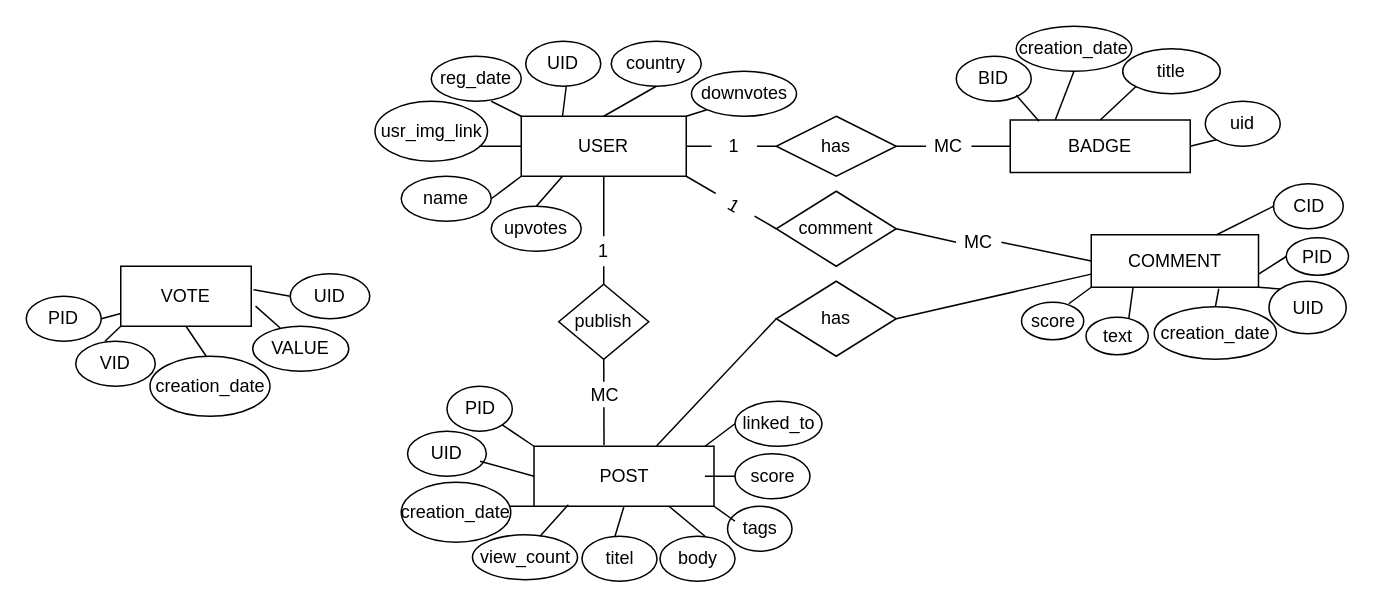
TrueMage/draw keeps this draw.io diagram as Untitled Diagram.drawio. Above is the earlier version. Source tidied: cells renumbered, new cells numbered last; positions are measured from the earlier drawing's top-left corner, leaving out a move shared by most shapes. Both pictures are drawn from the tidied source at 150%, with x=0, y=0 at pixel (26, 26).
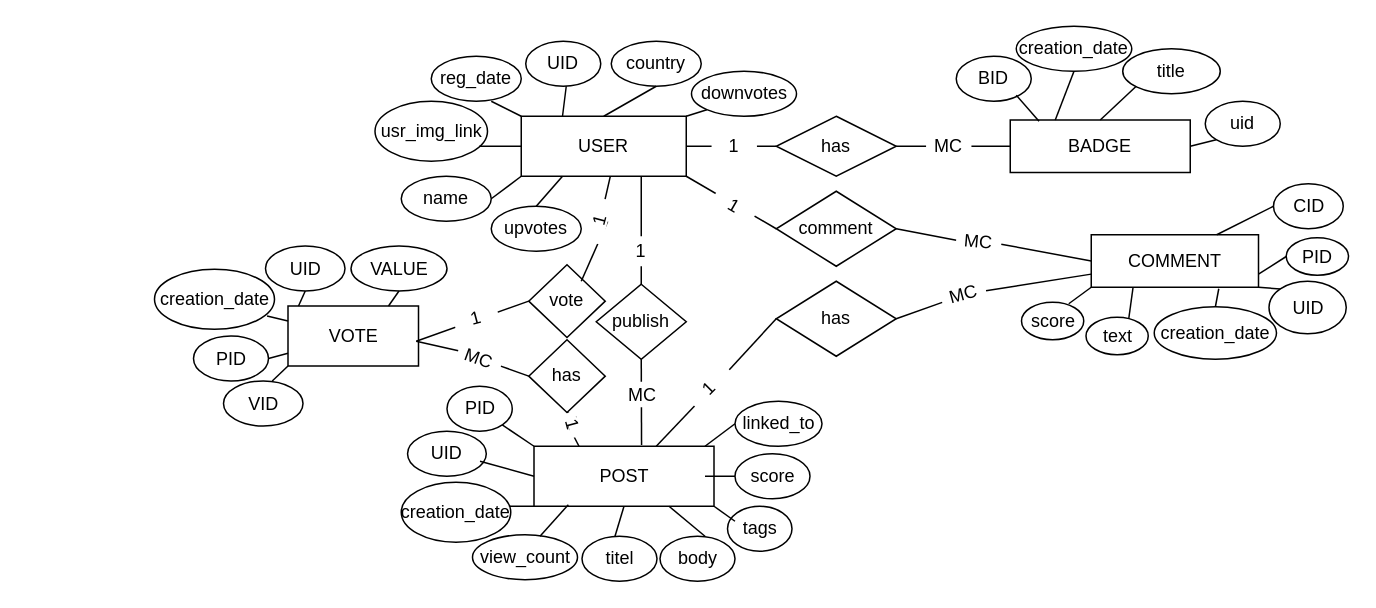
The same page after the edit.

Unchanged cells that the change refers to:
```xml
<mxCell id="2" value="&lt;div&gt;USER&lt;/div&gt;" style="rounded=0;whiteSpace=wrap;html=1;" parent="1" vertex="1">
  <mxGeometry x="330" y="60" width="110" height="40" as="geometry" />
</mxCell>
<mxCell id="15" value="POST" style="rounded=0;whiteSpace=wrap;html=1;" parent="1" vertex="1">
  <mxGeometry x="338.5" y="280" width="120" height="40" as="geometry" />
</mxCell>
<mxCell id="25" value="COMMENT" style="rounded=0;whiteSpace=wrap;html=1;" parent="1" vertex="1">
  <mxGeometry x="710" y="139" width="111.5" height="35" as="geometry" />
</mxCell>
<mxCell id="85" value="has" style="rhombus;whiteSpace=wrap;html=1;" parent="1" vertex="1">
  <mxGeometry x="500" y="170" width="80" height="50" as="geometry" />
</mxCell>
```

Diff of the diagram source:
```diff
@@
     <mxCell id="50" value="publish" style="rhombus;whiteSpace=wrap;html=1;" parent="1" vertex="1">
-      <mxGeometry x="355" y="172" width="60" height="50" as="geometry" />
+      <mxGeometry x="380" y="172" width="60" height="50" as="geometry" />
     </mxCell>
-    <mxCell id="51" style="endArrow=none;html=1;rounded=0;exitX=0.5;exitY=1;exitDx=0;exitDy=0;entryX=0.389;entryY=-0.02;entryDx=0;entryDy=0;entryPerimeter=0;" parent="1" edge="1" source="50" target="15">
-      <mxGeometry relative="1" as="geometry" />
+    <mxCell id="51" style="endArrow=none;html=1;rounded=0;exitX=0.5;exitY=1;exitDx=0;exitDy=0;entryX=0.389;entryY=-0.02;entryDx=0;entryDy=0;entryPerimeter=0;" parent="1" edge="1" source="50">
+      <mxGeometry relative="1" as="geometry">
+        <mxPoint x="410.2" y="279.2" as="targetPoint" />
+      </mxGeometry>
     </mxCell>
-    <mxCell id="52" style="endArrow=none;html=1;rounded=0;exitX=0.5;exitY=0;exitDx=0;exitDy=0;entryX=0.5;entryY=1;entryDx=0;entryDy=0;" parent="1" edge="1" source="50" target="2">
-      <mxGeometry relative="1" as="geometry" />
+    <mxCell id="52" style="endArrow=none;html=1;rounded=0;exitX=0.5;exitY=0;exitDx=0;exitDy=0;entryX=0.5;entryY=1;entryDx=0;entryDy=0;" parent="1" edge="1" source="50">
+      <mxGeometry relative="1" as="geometry">
+        <mxPoint x="410" y="100" as="targetPoint" />
+      </mxGeometry>
     </mxCell>
@@
     <mxCell id="68" value="VOTE" style="rounded=0;whiteSpace=wrap;html=1;" parent="1" vertex="1">
-      <mxGeometry x="63" y="160" width="87" height="40" as="geometry" />
+      <mxGeometry x="174.5" y="186.5" width="87" height="40" as="geometry" />
     </mxCell>
     <mxCell id="69" value="VALUE" style="ellipse;whiteSpace=wrap;html=1;" parent="1" vertex="1">
-      <mxGeometry x="151" y="200" width="64" height="30" as="geometry" />
+      <mxGeometry x="216.5" y="146.5" width="64" height="30" as="geometry" />
     </mxCell>
     <mxCell id="70" value="PID" style="ellipse;whiteSpace=wrap;html=1;" parent="1" vertex="1">
-      <mxGeometry y="180" width="50" height="30" as="geometry" />
+      <mxGeometry x="111.5" y="206.5" width="50" height="30" as="geometry" />
     </mxCell>
     <mxCell id="71" value="UID" style="ellipse;whiteSpace=wrap;html=1;" parent="1" vertex="1">
-      <mxGeometry x="176" y="165" width="53" height="30" as="geometry" />
+      <mxGeometry x="159.5" y="146.5" width="53" height="30" as="geometry" />
     </mxCell>
     <mxCell id="72" value="VID" style="ellipse;whiteSpace=wrap;html=1;" parent="1" vertex="1">
-      <mxGeometry x="33" y="210" width="53" height="30" as="geometry" />
+      <mxGeometry x="131.5" y="236.5" width="53" height="30" as="geometry" />
     </mxCell>
     <mxCell id="73" value="creation_date" style="ellipse;whiteSpace=wrap;html=1;" parent="1" vertex="1">
-      <mxGeometry x="82.5" y="220" width="80" height="40" as="geometry" />
+      <mxGeometry x="85.5" y="162" width="80" height="40" as="geometry" />
     </mxCell>
-    <mxCell id="74" style="endArrow=none;html=1;rounded=0;entryX=0.5;entryY=1;entryDx=0;entryDy=0;" parent="1" edge="1" target="68">
-      <mxGeometry relative="1" as="geometry">
-        <mxPoint x="120" y="220" as="sourcePoint" />
-      </mxGeometry>
-    </mxCell>
-    <mxCell id="75" style="endArrow=none;html=1;rounded=0;entryX=1.017;entryY=0.39;entryDx=0;entryDy=0;entryPerimeter=0;exitX=0;exitY=0.5;exitDx=0;exitDy=0;" parent="1" edge="1" source="71" target="68">
-      <mxGeometry relative="1" as="geometry" />
-    </mxCell>
-    <mxCell id="76" style="endArrow=none;html=1;rounded=0;entryX=1.033;entryY=0.664;entryDx=0;entryDy=0;entryPerimeter=0;exitX=0.286;exitY=0.04;exitDx=0;exitDy=0;exitPerimeter=0;" parent="1" edge="1" source="69" target="68">
-      <mxGeometry relative="1" as="geometry" />
-    </mxCell>
@@
     <mxCell id="78" style="endArrow=none;html=1;rounded=0;entryX=0;entryY=1;entryDx=0;entryDy=0;" parent="1" edge="1" target="68">
       <mxGeometry relative="1" as="geometry">
-        <mxPoint x="52.5" y="210" as="sourcePoint" />
+        <mxPoint x="164" y="236.5" as="sourcePoint" />
       </mxGeometry>
     </mxCell>
     <mxCell id="79" value="1" style="text;html=1;align=center;verticalAlign=middle;whiteSpace=wrap;rounded=0;fillColor=default;fillStyle=solid;" parent="1" vertex="1">
-      <mxGeometry x="370" y="140" width="30" height="20" as="geometry" />
+      <mxGeometry x="395" y="140" width="30" height="20" as="geometry" />
     </mxCell>
     <mxCell id="80" value="MC" style="text;html=1;align=center;verticalAlign=middle;whiteSpace=wrap;rounded=0;fillColor=default;fillStyle=solid;" parent="1" vertex="1">
-      <mxGeometry x="370.5" y="237" width="30" height="17" as="geometry" />
+      <mxGeometry x="395.5" y="237" width="30" height="17" as="geometry" />
     </mxCell>
@@
-    <mxCell id="84" style="endArrow=none;html=1;rounded=0;entryX=0;entryY=0.75;entryDx=0;entryDy=0;exitX=1;exitY=0.5;exitDx=0;exitDy=0;" parent="1" edge="1" source="85" target="25">
-      <mxGeometry relative="1" as="geometry" />
+    <mxCell id="84" style="endArrow=none;html=1;rounded=0;entryX=0;entryY=0.75;entryDx=0;entryDy=0;exitX=1;exitY=0.5;exitDx=0;exitDy=0;" parent="1" edge="1" target="25">
+      <mxGeometry relative="1" as="geometry">
+        <mxPoint x="639.8" y="176.4" as="sourcePoint" />
+      </mxGeometry>
     </mxCell>
@@
     <mxCell id="86" style="endArrow=none;html=1;rounded=0;entryX=0;entryY=0.5;entryDx=0;entryDy=0;" parent="1" edge="1" target="85">
       <mxGeometry relative="1" as="geometry">
-        <mxPoint x="420" y="280" as="sourcePoint" />
+        <mxPoint x="468.7" y="229" as="sourcePoint" />
       </mxGeometry>
     </mxCell>
@@
-    <mxCell id="89" value="MC" style="text;html=1;align=center;verticalAlign=middle;whiteSpace=wrap;rounded=0;fillColor=default;fillStyle=solid;" parent="1" vertex="1">
+    <mxCell id="89" value="MC" style="text;html=1;align=center;verticalAlign=middle;whiteSpace=wrap;rounded=0;fillColor=default;fillStyle=solid;rotation=5;" parent="1" vertex="1">
       <mxGeometry x="620" y="139" width="30" height="10" as="geometry" />
     </mxCell>
+    <mxCell id="90" style="endArrow=none;html=1;rounded=0;entryX=0;entryY=0.5;entryDx=0;entryDy=0;" parent="1" edge="1">
+      <mxGeometry relative="1" as="geometry">
+        <mxPoint x="420" y="280" as="sourcePoint" />
+        <mxPoint x="447.9" y="250.6" as="targetPoint" />
+      </mxGeometry>
+    </mxCell>
+    <mxCell id="91" style="endArrow=none;html=1;rounded=0;entryX=0;entryY=0.75;entryDx=0;entryDy=0;exitX=1;exitY=0.5;exitDx=0;exitDy=0;" parent="1" edge="1" source="85">
+      <mxGeometry relative="1" as="geometry">
+        <mxPoint x="610.7" y="184.1" as="targetPoint" />
+      </mxGeometry>
+    </mxCell>
+    <mxCell id="92" style="endArrow=none;html=1;rounded=0;entryX=0.5;entryY=1;entryDx=0;entryDy=0;" parent="1" edge="1" target="69">
+      <mxGeometry relative="1" as="geometry">
+        <mxPoint x="241.5" y="186.5" as="sourcePoint" />
+      </mxGeometry>
+    </mxCell>
+    <mxCell id="93" style="endArrow=none;html=1;rounded=0;entryX=0.5;entryY=1;entryDx=0;entryDy=0;" parent="1" edge="1" target="71">
+      <mxGeometry relative="1" as="geometry">
+        <mxPoint x="181.5" y="186.5" as="sourcePoint" />
+      </mxGeometry>
+    </mxCell>
+    <mxCell id="94" style="endArrow=none;html=1;rounded=0;entryX=0;entryY=0.25;entryDx=0;entryDy=0;exitX=0.938;exitY=0.78;exitDx=0;exitDy=0;exitPerimeter=0;" parent="1" edge="1" source="73" target="68">
+      <mxGeometry relative="1" as="geometry" />
+    </mxCell>
+    <mxCell id="95" value="vote" style="rhombus;whiteSpace=wrap;html=1;" parent="1" vertex="1">
+      <mxGeometry x="335" y="159" width="51" height="48.5" as="geometry" />
+    </mxCell>
+    <mxCell id="96" style="endArrow=none;html=1;rounded=0;entryX=0;entryY=0.5;entryDx=0;entryDy=0;" parent="1" edge="1" target="95">
+      <mxGeometry relative="1" as="geometry">
+        <mxPoint x="260" y="210" as="sourcePoint" />
+      </mxGeometry>
+    </mxCell>
+    <mxCell id="97" value="has" style="rhombus;whiteSpace=wrap;html=1;" parent="1" vertex="1">
+      <mxGeometry x="335" y="209" width="51" height="48.5" as="geometry" />
+    </mxCell>
+    <mxCell id="98" style="endArrow=none;html=1;rounded=0;entryX=0;entryY=0.5;entryDx=0;entryDy=0;" parent="1" edge="1" source="109" target="97">
+      <mxGeometry relative="1" as="geometry" />
+    </mxCell>
+    <mxCell id="99" style="endArrow=none;html=1;rounded=0;entryX=0.5;entryY=1;entryDx=0;entryDy=0;exitX=0.25;exitY=0;exitDx=0;exitDy=0;" parent="1" edge="1" source="107" target="97">
+      <mxGeometry relative="1" as="geometry" />
+    </mxCell>
+    <mxCell id="100" style="endArrow=none;html=1;rounded=0;entryX=0.54;entryY=0.999;entryDx=0;entryDy=0;entryPerimeter=0;" parent="1" edge="1" source="102" target="2">
+      <mxGeometry relative="1" as="geometry" />
+    </mxCell>
+    <mxCell id="101" style="endArrow=none;html=1;rounded=0;entryX=0.54;entryY=0.999;entryDx=0;entryDy=0;entryPerimeter=0;" parent="1" edge="1" target="102">
+      <mxGeometry relative="1" as="geometry">
+        <mxPoint x="370" y="170" as="sourcePoint" />
+      </mxGeometry>
+    </mxCell>
+    <mxCell id="102" value="1" style="text;html=1;align=center;verticalAlign=middle;whiteSpace=wrap;rounded=0;fillColor=default;fillStyle=solid;rotation=-75;" parent="1" vertex="1">
+      <mxGeometry x="367.5" y="125" width="30" height="10" as="geometry" />
+    </mxCell>
+    <mxCell id="103" value="1" style="text;html=1;align=center;verticalAlign=middle;whiteSpace=wrap;rounded=0;fillColor=default;fillStyle=solid;rotation=-15;" parent="1" vertex="1">
+      <mxGeometry x="285" y="190" width="30" height="10" as="geometry" />
+    </mxCell>
+    <mxCell id="104" value="1" style="text;html=1;align=center;verticalAlign=middle;whiteSpace=wrap;rounded=0;fillColor=default;fillStyle=solid;rotation=-45;" parent="1" vertex="1">
+      <mxGeometry x="440" y="236.5" width="30" height="10" as="geometry" />
+    </mxCell>
+    <mxCell id="105" value="MC" style="text;html=1;align=center;verticalAlign=middle;whiteSpace=wrap;rounded=0;fillColor=default;fillStyle=solid;rotation=-15;" parent="1" vertex="1">
+      <mxGeometry x="610" y="174" width="30" height="10" as="geometry" />
+    </mxCell>
+    <mxCell id="106" style="endArrow=none;html=1;rounded=0;entryX=0.5;entryY=1;entryDx=0;entryDy=0;exitX=0.25;exitY=0;exitDx=0;exitDy=0;" parent="1" edge="1" source="15" target="107">
+      <mxGeometry relative="1" as="geometry" />
+    </mxCell>
+    <mxCell id="107" value="1" style="text;html=1;align=center;verticalAlign=middle;whiteSpace=wrap;rounded=0;fillColor=default;fillStyle=solid;rotation=75;" parent="1" vertex="1">
+      <mxGeometry x="356.1" y="262.4" width="17" height="6.5" as="geometry" />
+    </mxCell>
+    <mxCell id="108" style="endArrow=none;html=1;rounded=0;entryX=0;entryY=0.5;entryDx=0;entryDy=0;" parent="1" edge="1" target="109">
+      <mxGeometry relative="1" as="geometry">
+        <mxPoint x="260" y="210" as="sourcePoint" />
+      </mxGeometry>
+    </mxCell>
+    <mxCell id="109" value="MC" style="text;html=1;align=center;verticalAlign=middle;whiteSpace=wrap;rounded=0;fillColor=default;fillStyle=solid;rotation=20;" parent="1" vertex="1">
+      <mxGeometry x="287.2" y="216.5" width="30" height="10" as="geometry" />
+    </mxCell>
```
